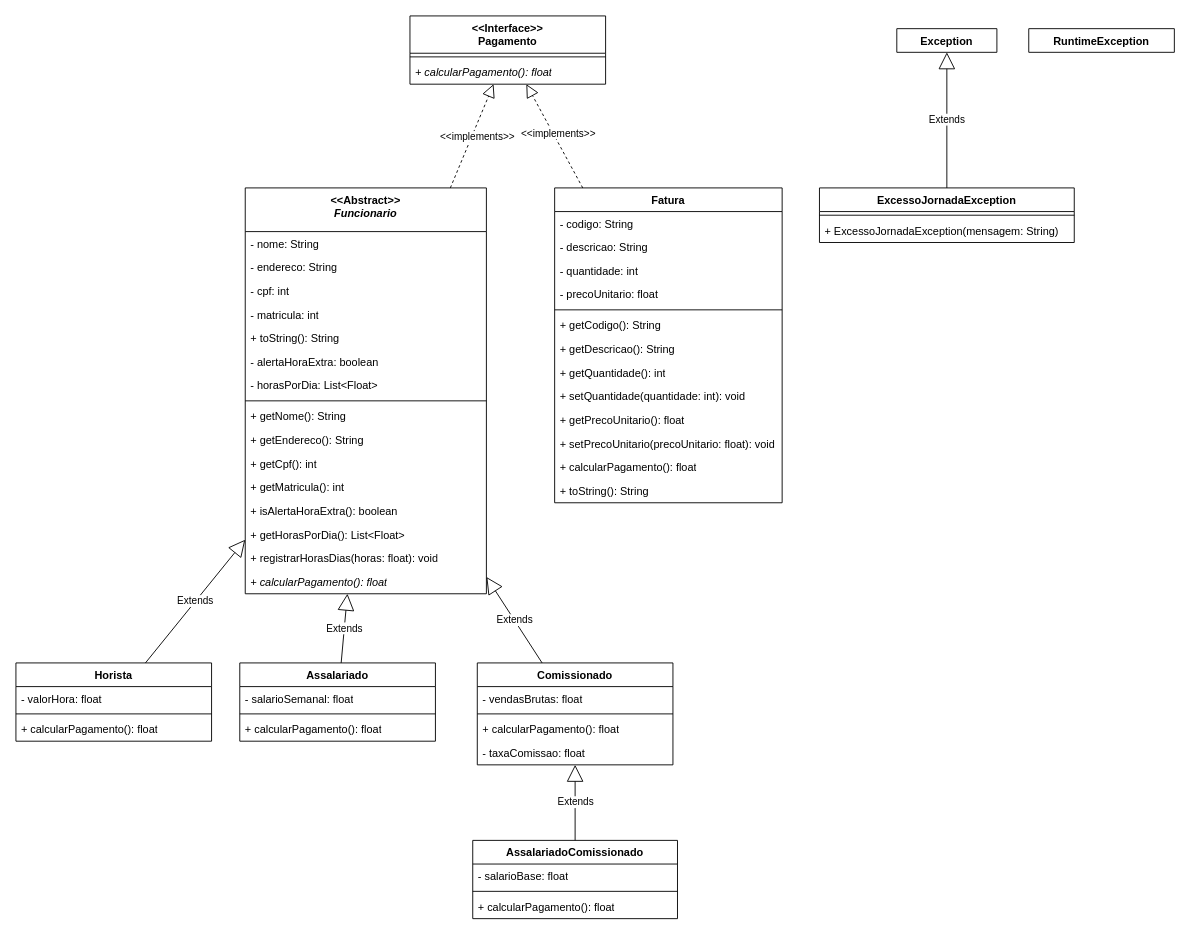
Earlier version of the draw.io diagram 01 - Diagramas/Diagrama_classes_01.drawio (Rodx486/Trabalho_Refatoracao_Revisao). Source tidied: cells renumbered, new cells numbered last; positions are measured from the earlier drawing's top-left corner, leaving out a move shared by most shapes. Both pictures are drawn from the tidied source at 91%, with x=0, y=0 at pixel (15, 15).
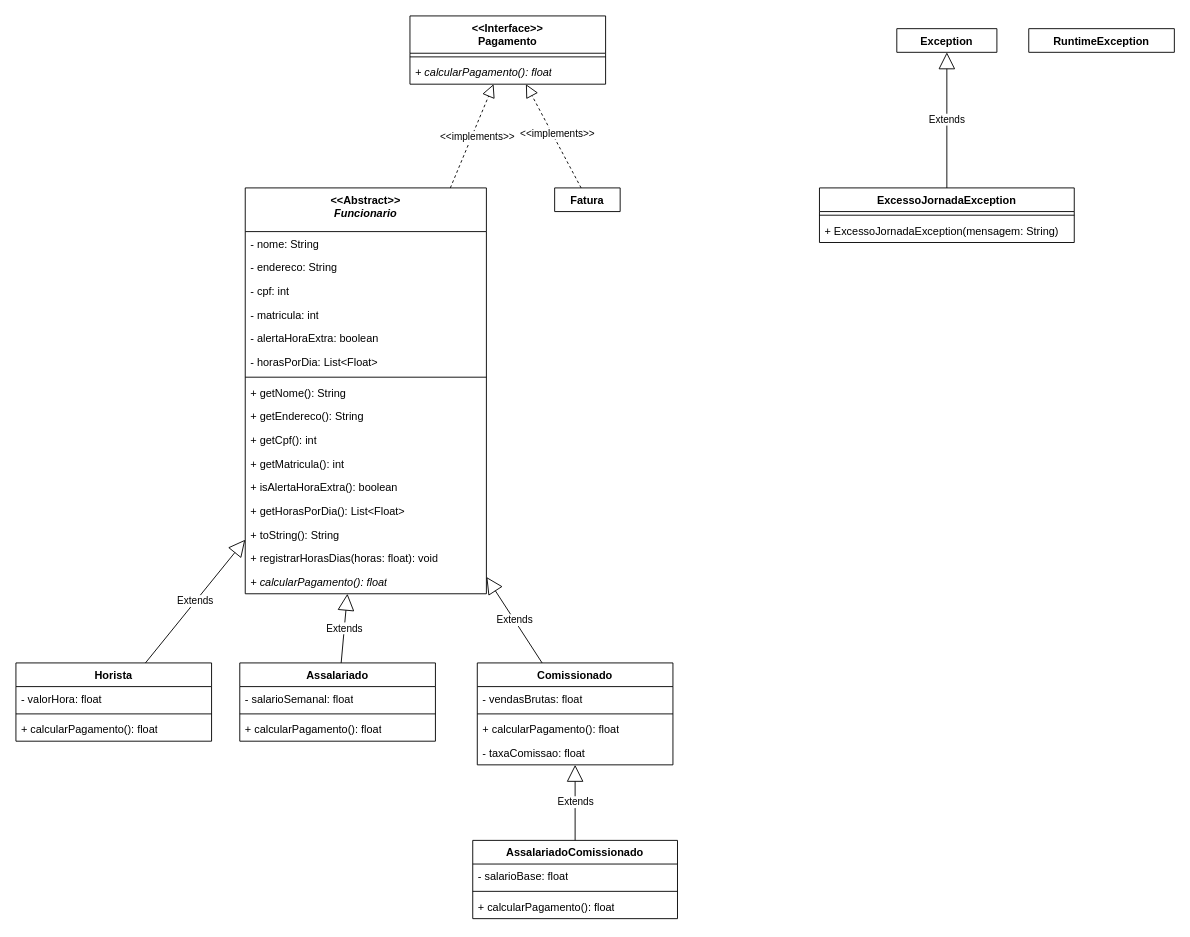
The same diagram, later.

Commit message (it also covers changes not shown here):
/iniciando_o_enunciado_02

Unchanged cells that the change refers to:
```xml
<mxCell id="2" value="&amp;lt;&amp;lt;Abstract&amp;gt;&amp;gt;&lt;div&gt;&lt;i&gt;Funcionario&lt;/i&gt;&lt;/div&gt;" style="swimlane;fontStyle=1;align=center;verticalAlign=top;horizontal=1;startSize=48;whiteSpace=wrap;html=1;" parent="1" vertex="1">
  <mxGeometry x="252" y="189" width="265" height="446" as="geometry" />
</mxCell>
```

Change to the diagram source:
```diff
@@
-    <mxCell id="7" value="+ toString(): String" style="text;strokeColor=none;fillColor=none;align=left;verticalAlign=top;spacingLeft=4;spacingRight=4;overflow=hidden;whiteSpace=wrap;html=1;" parent="2" vertex="1">
-      <mxGeometry y="152" width="265" height="26" as="geometry" />
-    </mxCell>
     <mxCell id="8" value="- alertaHoraExtra: boolean" style="text;strokeColor=none;fillColor=none;align=left;verticalAlign=top;spacingLeft=4;spacingRight=4;overflow=hidden;whiteSpace=wrap;html=1;" parent="2" vertex="1">
-      <mxGeometry y="178" width="265" height="26" as="geometry" />
+      <mxGeometry y="152" width="265" height="26" as="geometry" />
     </mxCell>
     <mxCell id="9" value="- horasPorDia: List&amp;lt;Float&amp;gt;" style="text;strokeColor=none;fillColor=none;align=left;verticalAlign=top;spacingLeft=4;spacingRight=4;overflow=hidden;whiteSpace=wrap;html=1;" parent="2" vertex="1">
-      <mxGeometry y="204" width="265" height="26" as="geometry" />
+      <mxGeometry y="178" width="265" height="26" as="geometry" />
     </mxCell>
     <mxCell id="10" style="line;strokeWidth=1;fillColor=none;align=left;verticalAlign=middle;spacingTop=-1;spacingLeft=3;spacingRight=3;labelPosition=right;strokeColor=inherit;labelPerimeter=1;" parent="2" vertex="1">
-      <mxGeometry y="230" width="265" height="8" as="geometry" />
+      <mxGeometry y="204" width="265" height="8" as="geometry" />
     </mxCell>
     <mxCell id="11" value="+ getNome(): String" style="text;strokeColor=none;fillColor=none;align=left;verticalAlign=top;spacingLeft=4;spacingRight=4;overflow=hidden;whiteSpace=wrap;html=1;" parent="2" vertex="1">
-      <mxGeometry y="238" width="265" height="26" as="geometry" />
+      <mxGeometry y="212" width="265" height="26" as="geometry" />
     </mxCell>
     <mxCell id="12" value="+ getEndereco(): String" style="text;strokeColor=none;fillColor=none;align=left;verticalAlign=top;spacingLeft=4;spacingRight=4;overflow=hidden;whiteSpace=wrap;html=1;" parent="2" vertex="1">
-      <mxGeometry y="264" width="265" height="26" as="geometry" />
+      <mxGeometry y="238" width="265" height="26" as="geometry" />
     </mxCell>
     <mxCell id="13" value="+ getCpf(): int" style="text;strokeColor=none;fillColor=none;align=left;verticalAlign=top;spacingLeft=4;spacingRight=4;overflow=hidden;whiteSpace=wrap;html=1;" parent="2" vertex="1">
-      <mxGeometry y="290" width="265" height="26" as="geometry" />
+      <mxGeometry y="264" width="265" height="26" as="geometry" />
     </mxCell>
     <mxCell id="14" value="+ getMatricula(): int" style="text;strokeColor=none;fillColor=none;align=left;verticalAlign=top;spacingLeft=4;spacingRight=4;overflow=hidden;whiteSpace=wrap;html=1;" parent="2" vertex="1">
-      <mxGeometry y="316" width="265" height="26" as="geometry" />
+      <mxGeometry y="290" width="265" height="26" as="geometry" />
     </mxCell>
     <mxCell id="15" value="+ isAlertaHoraExtra(): boolean" style="text;strokeColor=none;fillColor=none;align=left;verticalAlign=top;spacingLeft=4;spacingRight=4;overflow=hidden;whiteSpace=wrap;html=1;" parent="2" vertex="1">
-      <mxGeometry y="342" width="265" height="26" as="geometry" />
+      <mxGeometry y="316" width="265" height="26" as="geometry" />
     </mxCell>
     <mxCell id="16" value="+ getHorasPorDia(): List&amp;lt;Float&amp;gt;" style="text;strokeColor=none;fillColor=none;align=left;verticalAlign=top;spacingLeft=4;spacingRight=4;overflow=hidden;whiteSpace=wrap;html=1;" parent="2" vertex="1">
-      <mxGeometry y="368" width="265" height="26" as="geometry" />
+      <mxGeometry y="342" width="265" height="26" as="geometry" />
     </mxCell>
+    <mxCell id="7" value="+ toString(): String" style="text;strokeColor=none;fillColor=none;align=left;verticalAlign=top;spacingLeft=4;spacingRight=4;overflow=hidden;whiteSpace=wrap;html=1;" parent="2" vertex="1">
+      <mxGeometry y="368" width="265" height="26" as="geometry" />
+    </mxCell>
@@
-    <mxCell id="45" value="Fatura" style="swimlane;fontStyle=1;align=center;verticalAlign=top;horizontal=1;startSize=26;whiteSpace=wrap;html=1;" parent="1" vertex="1">
-      <mxGeometry x="592" y="189" width="250" height="346" as="geometry" />
+    <mxCell id="45" value="Fatura" style="swimlane;fontStyle=1;align=center;verticalAlign=top;horizontal=1;startSize=26;whiteSpace=wrap;html=1;" parent="1" vertex="1" collapsed="1">
+      <mxGeometry x="592" y="189" width="72" height="26" as="geometry" />
     </mxCell>
-    <mxCell id="46" value="- codigo: String" style="text;strokeColor=none;fillColor=none;align=left;verticalAlign=top;spacingLeft=4;spacingRight=4;overflow=hidden;whiteSpace=wrap;html=1;" parent="45" vertex="1">
-      <mxGeometry y="26" width="250" height="26" as="geometry" />
-    </mxCell>
-    <mxCell id="47" value="- descricao: String" style="text;strokeColor=none;fillColor=none;align=left;verticalAlign=top;spacingLeft=4;spacingRight=4;overflow=hidden;whiteSpace=wrap;html=1;" parent="45" vertex="1">
-      <mxGeometry y="52" width="250" height="26" as="geometry" />
-    </mxCell>
-    <mxCell id="48" value="- quantidade: int" style="text;strokeColor=none;fillColor=none;align=left;verticalAlign=top;spacingLeft=4;spacingRight=4;overflow=hidden;whiteSpace=wrap;html=1;" parent="45" vertex="1">
-      <mxGeometry y="78" width="250" height="26" as="geometry" />
-    </mxCell>
-    <mxCell id="49" value="- precoUnitario: float" style="text;strokeColor=none;fillColor=none;align=left;verticalAlign=top;spacingLeft=4;spacingRight=4;overflow=hidden;whiteSpace=wrap;html=1;" parent="45" vertex="1">
-      <mxGeometry y="104" width="250" height="26" as="geometry" />
-    </mxCell>
-    <mxCell id="50" style="line;strokeWidth=1;fillColor=none;align=left;verticalAlign=middle;spacingTop=-1;spacingLeft=3;spacingRight=3;labelPosition=right;strokeColor=inherit;labelPerimeter=1;" parent="45" vertex="1">
-      <mxGeometry y="130" width="250" height="8" as="geometry" />
-    </mxCell>
-    <mxCell id="51" value="+ getCodigo(): String" style="text;strokeColor=none;fillColor=none;align=left;verticalAlign=top;spacingLeft=4;spacingRight=4;overflow=hidden;whiteSpace=wrap;html=1;" parent="45" vertex="1">
-      <mxGeometry y="138" width="250" height="26" as="geometry" />
-    </mxCell>
-    <mxCell id="52" value="+ getDescricao(): String" style="text;strokeColor=none;fillColor=none;align=left;verticalAlign=top;spacingLeft=4;spacingRight=4;overflow=hidden;whiteSpace=wrap;html=1;" parent="45" vertex="1">
-      <mxGeometry y="164" width="250" height="26" as="geometry" />
-    </mxCell>
-    <mxCell id="53" value="+ getQuantidade(): int" style="text;strokeColor=none;fillColor=none;align=left;verticalAlign=top;spacingLeft=4;spacingRight=4;overflow=hidden;whiteSpace=wrap;html=1;" parent="45" vertex="1">
-      <mxGeometry y="190" width="250" height="26" as="geometry" />
-    </mxCell>
-    <mxCell id="54" value="+ setQuantidade(quantidade: int): void" style="text;strokeColor=none;fillColor=none;align=left;verticalAlign=top;spacingLeft=4;spacingRight=4;overflow=hidden;whiteSpace=wrap;html=1;" parent="45" vertex="1">
-      <mxGeometry y="216" width="250" height="26" as="geometry" />
-    </mxCell>
-    <mxCell id="55" value="+ getPrecoUnitario(): float" style="text;strokeColor=none;fillColor=none;align=left;verticalAlign=top;spacingLeft=4;spacingRight=4;overflow=hidden;whiteSpace=wrap;html=1;" parent="45" vertex="1">
-      <mxGeometry y="242" width="250" height="26" as="geometry" />
-    </mxCell>
-    <mxCell id="56" value="+ setPrecoUnitario(precoUnitario: float): void" style="text;strokeColor=none;fillColor=none;align=left;verticalAlign=top;spacingLeft=4;spacingRight=4;overflow=hidden;whiteSpace=wrap;html=1;" parent="45" vertex="1">
-      <mxGeometry y="268" width="250" height="26" as="geometry" />
-    </mxCell>
-    <mxCell id="57" value="+ calcularPagamento(): float" style="text;strokeColor=none;fillColor=none;align=left;verticalAlign=top;spacingLeft=4;spacingRight=4;overflow=hidden;whiteSpace=wrap;html=1;" parent="45" vertex="1">
-      <mxGeometry y="294" width="250" height="26" as="geometry" />
-    </mxCell>
-    <mxCell id="58" value="+ toString(): String" style="text;strokeColor=none;fillColor=none;align=left;verticalAlign=top;spacingLeft=4;spacingRight=4;overflow=hidden;whiteSpace=wrap;html=1;" parent="45" vertex="1">
-      <mxGeometry y="320" width="250" height="26" as="geometry" />
-    </mxCell>
```
